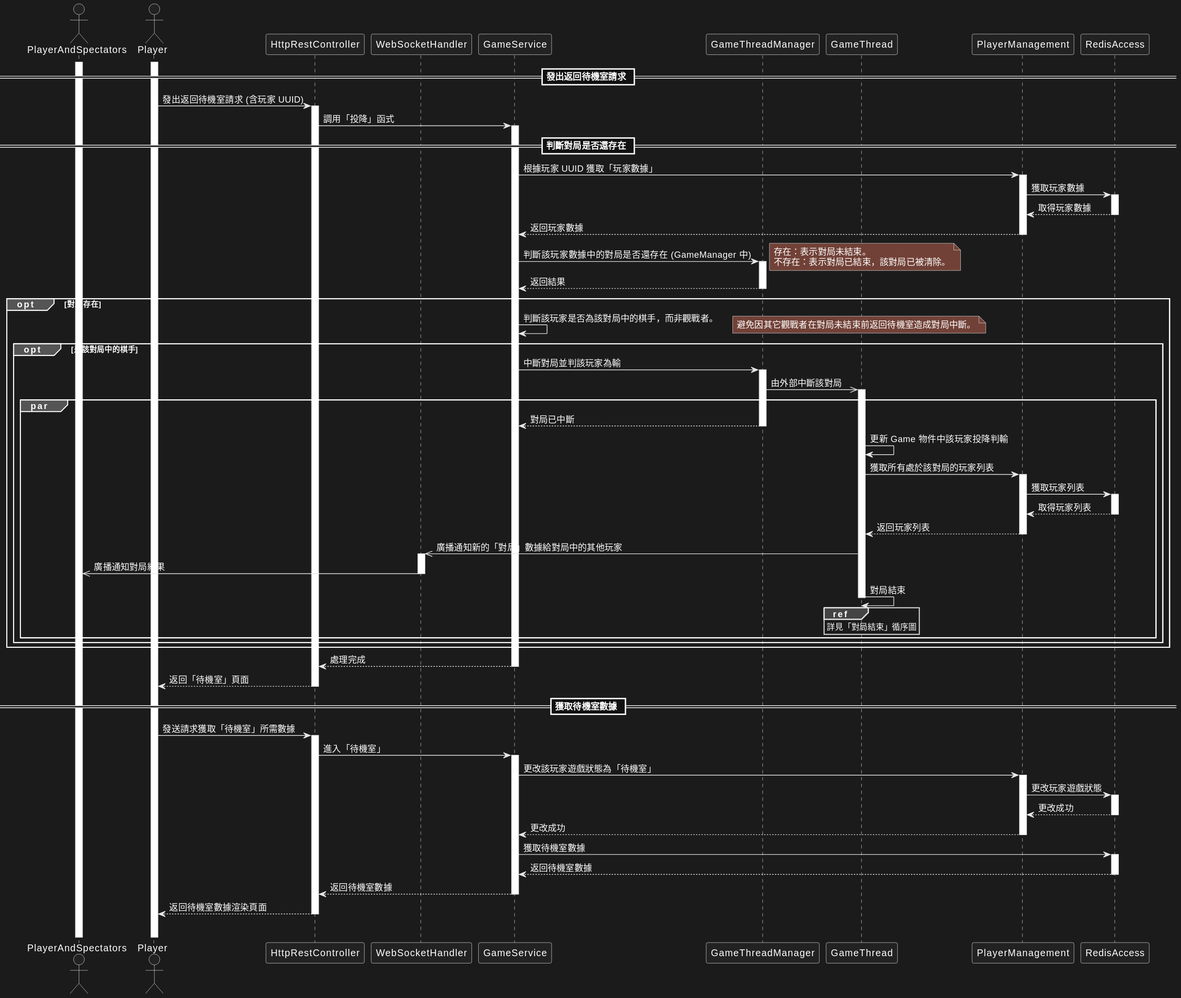
Above: docs/images/SequenceDiagram(9).svg in LYH-94/reversi_online (PlantUML), before the change.
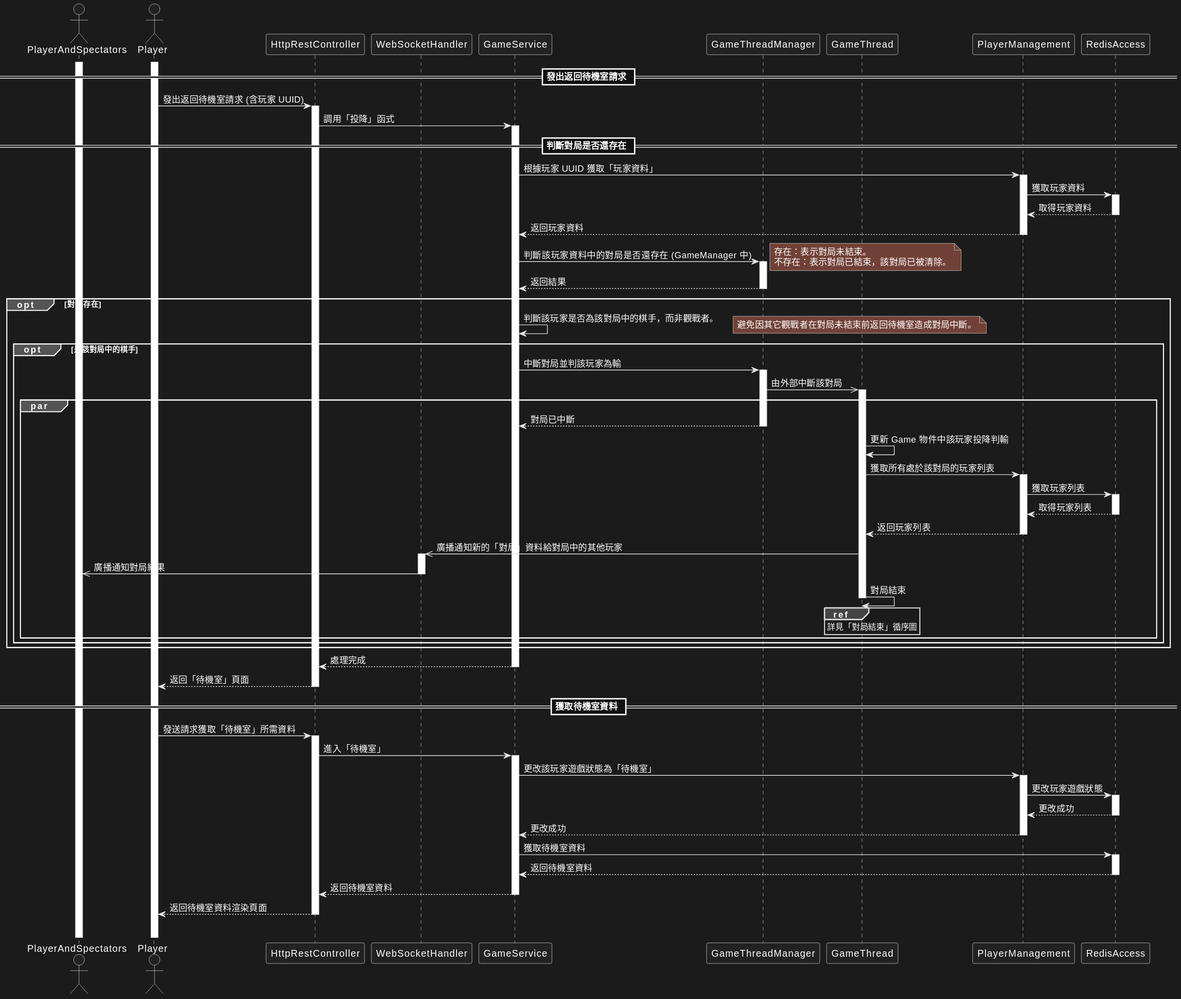
Above is the later version.

Change to the diagram source:
```diff
@@ -17,13 +17,13 @@
 HttpRestController -> GameService ++ : 調用「投降」函式
 
 == 判斷對局是否還存在 ==
-GameService -> PlayerManagement ++ : 根據玩家 UUID 獲取「玩家數據」
-PlayerManagement -> RedisAccess ++ : 獲取玩家數據
-PlayerManagement <-- RedisAccess -- : 取得玩家數據
-GameService <-- PlayerManagement -- : 返回玩家數據
+GameService -> PlayerManagement ++ : 根據玩家 UUID 獲取「玩家資料」
+PlayerManagement -> RedisAccess ++ : 獲取玩家資料
+PlayerManagement <-- RedisAccess -- : 取得玩家資料
+GameService <-- PlayerManagement -- : 返回玩家資料
 
 
-GameService -> GameThreadManager ++ : 判斷該玩家數據中的對局是否還存在 (GameManager 中)
+GameService -> GameThreadManager ++ : 判斷該玩家資料中的對局是否還存在 (GameManager 中)
 note right : 存在：表示對局未結束。\n不存在：表示對局已結束，該對局已被清除。
 GameService <-- GameThreadManager -- : 返回結果
 
@@ -42,7 +42,7 @@
             PlayerManagement -> RedisAccess ++ : 獲取玩家列表
             PlayerManagement <-- RedisAccess -- : 取得玩家列表
             GameThread <-- PlayerManagement -- : 返回玩家列表
-            GameThread ->> WebSocketHandler ++ : 廣播通知新的「對局」數據給對局中的其他玩家
+            GameThread ->> WebSocketHandler ++ : 廣播通知新的「對局」資料給對局中的其他玩家
             WebSocketHandler ->> PlayerAndSpectators -- : 廣播通知對局結果
             GameThread -> GameThread -- : 對局結束
             ref over GameThread : 詳見「對局結束」循序圖
@@ -53,8 +53,8 @@
 HttpRestController <-- GameService -- : 處理完成
 Player <-- HttpRestController -- : 返回「待機室」頁面
 
-== 獲取待機室數據 ==
-Player -> HttpRestController ++ : 發送請求獲取「待機室」所需數據
+== 獲取待機室資料 ==
+Player -> HttpRestController ++ : 發送請求獲取「待機室」所需資料
 HttpRestController -> GameService ++ : 進入「待機室」
 
 
@@ -62,11 +62,11 @@
 PlayerManagement -> RedisAccess ++ : 更改玩家遊戲狀態
 PlayerManagement <-- RedisAccess -- : 更改成功
 GameService <-- PlayerManagement -- : 更改成功
-GameService -> RedisAccess ++ : 獲取待機室數據
-GameService <-- RedisAccess -- : 返回待機室數據
-GameService --> HttpRestController : 返回待機室數據
+GameService -> RedisAccess ++ : 獲取待機室資料
+GameService <-- RedisAccess -- : 返回待機室資料
+GameService --> HttpRestController : 返回待機室資料
 GameService --
-HttpRestController --> Player -- : 返回待機室數據渲染頁面
+HttpRestController --> Player -- : 返回待機室資料渲染頁面
 
 |||
 @enduml
```
